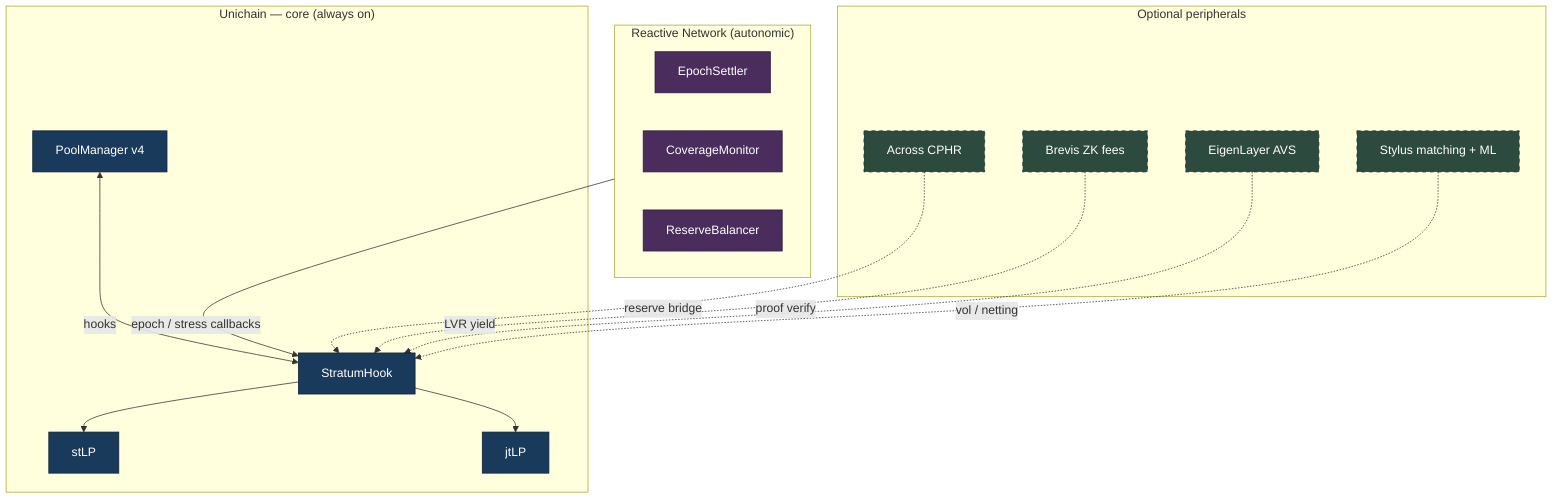
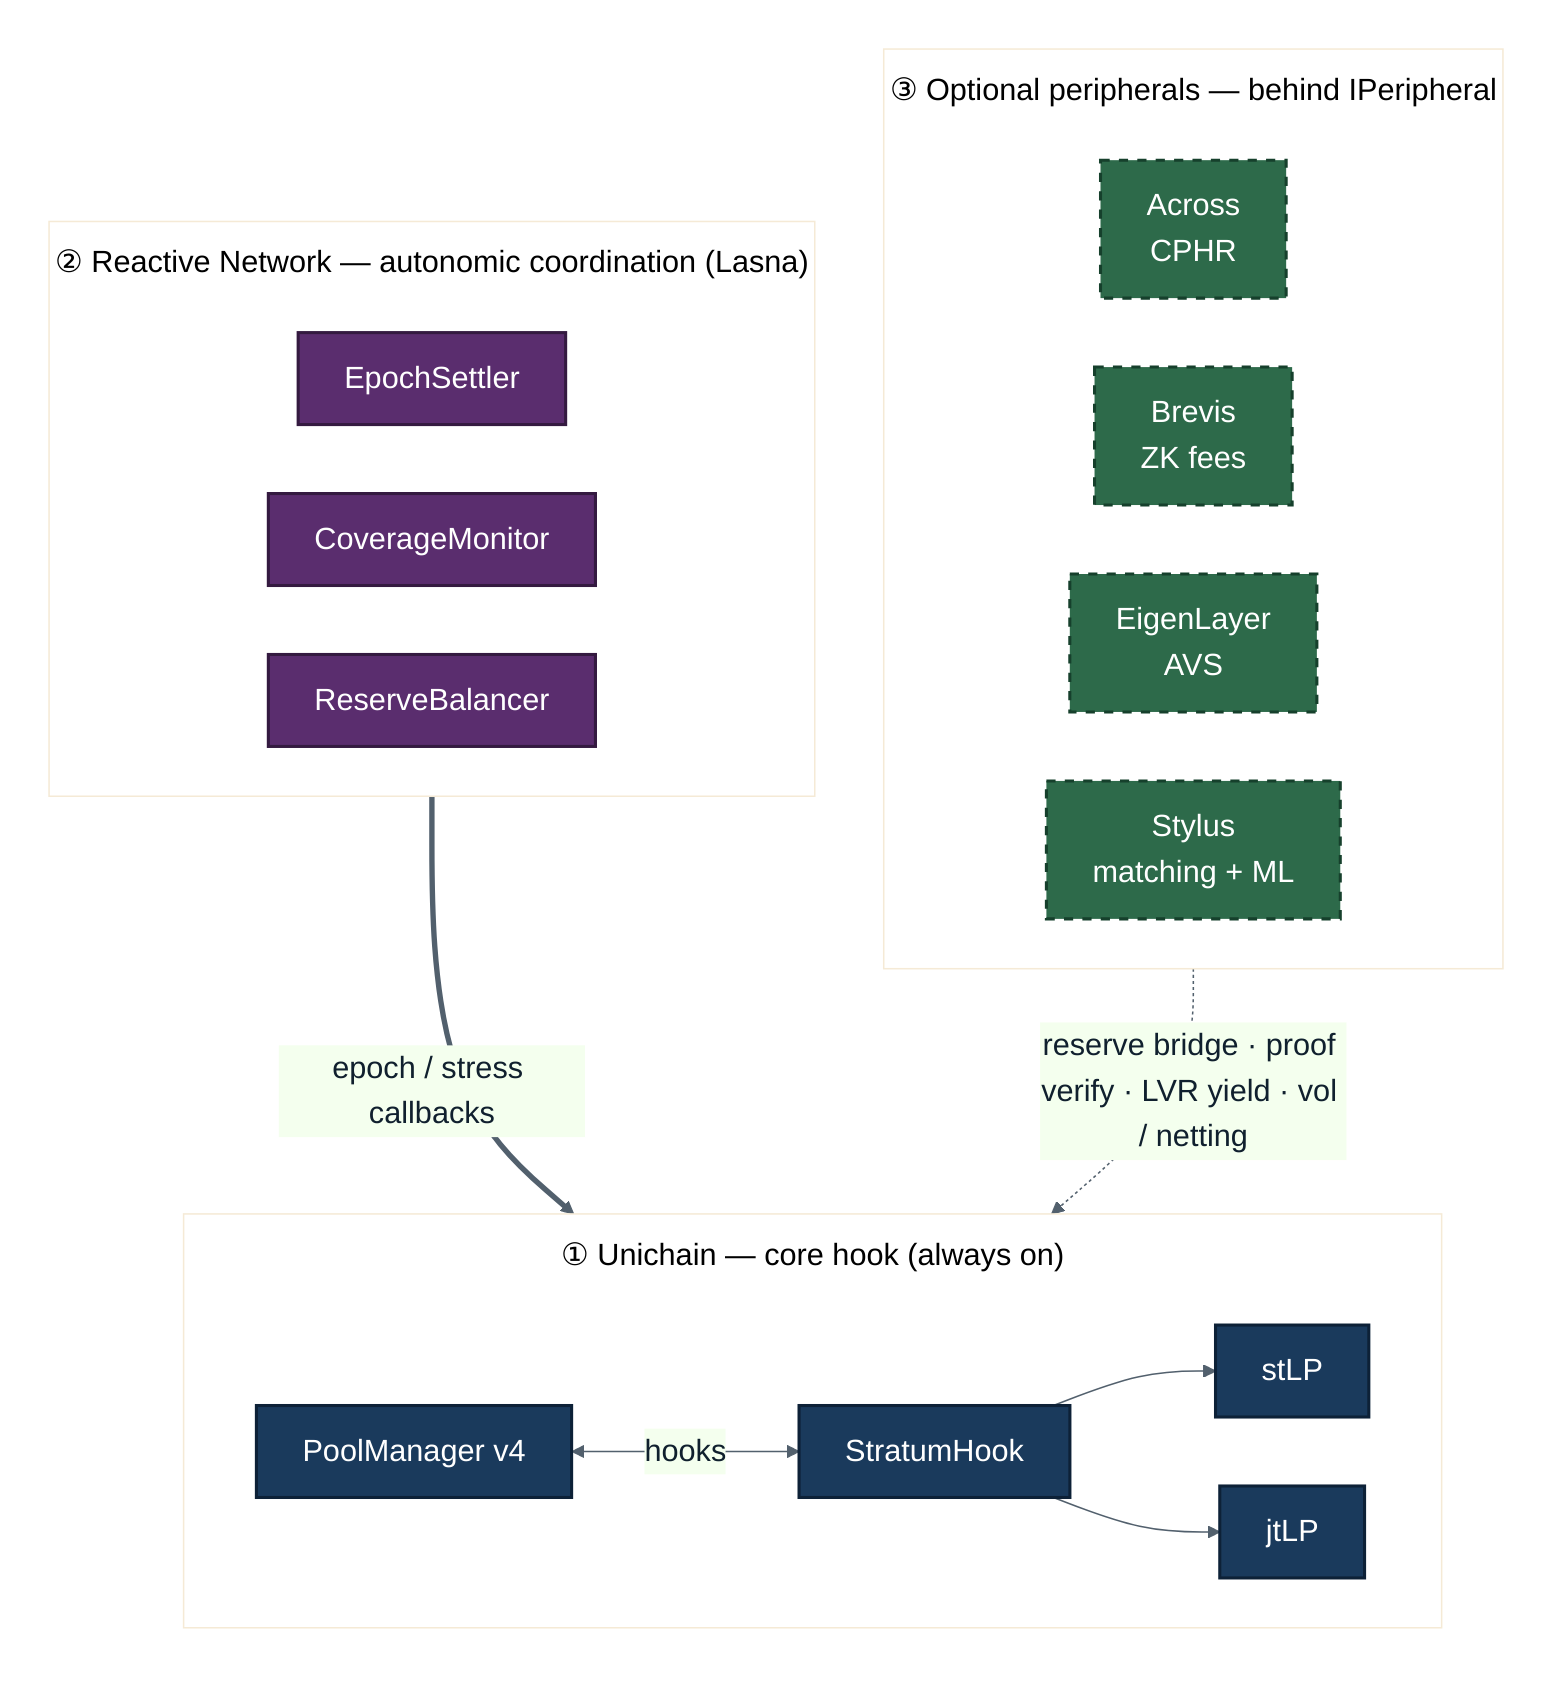
- %% STRATUM system layers — render: mmdc -i system-layers.mmd -o ../svg/system-layers.svg
+ %% STRATUM system layers — render: mmdc -i system-layers.mmd -o ../svg/system-layers.svg -b transparent --scale 2
+ %%{init: {'theme':'base','themeVariables':{'fontSize':'20px','fontFamily':'Helvetica','primaryColor':'#eef4ff','primaryBorderColor':'#1a3a5c','primaryTextColor':'#10202e','lineColor':'#52606d'},'flowchart':{'diagramPadding':32,'nodeSpacing':45,'rankSpacing':70,'subGraphTitleMargin':{'top':12,'bottom':28},'useMaxWidth':true,'htmlLabels':true}}}%%
flowchart TB
-     subgraph reactive["Reactive Network (autonomic)"]
-         ES[EpochSettler]
-         CM[CoverageMonitor]
-         RB[ReserveBalancer]
+     subgraph core["① Unichain — core hook (always on)"]
+         direction LR
+         PM["PoolManager v4"] <-->|"hooks"| HK["StratumHook"]
+         HK --> STLP["stLP"]
+         HK --> JTLP["jtLP"]
    end

-     subgraph peripherals["Optional peripherals"]
-         AC[Across CPHR]
-         BR[Brevis ZK fees]
-         EL[EigenLayer AVS]
-         ST[Stylus matching + ML]
+     subgraph reactive["② Reactive Network — autonomic coordination (Lasna)"]
+         direction LR
+         ES["EpochSettler"]
+         CM["CoverageMonitor"]
+         RB["ReserveBalancer"]
    end

-     subgraph core["Unichain — core (always on)"]
-         HK[StratumHook]
-         PM[PoolManager v4]
-         STLP[stLP]
-         JTLP[jtLP]
+     subgraph peripherals["③ Optional peripherals — behind IPeripheral"]
+         direction LR
+         AC["Across<br/>CPHR"]
+         BR["Brevis<br/>ZK fees"]
+         EL["EigenLayer<br/>AVS"]
+         ST["Stylus<br/>matching + ML"]
    end

-     PM <-->|hooks| HK
-     HK --> STLP
-     HK --> JTLP
-     reactive -->|epoch / stress callbacks| HK
-     AC -.->|reserve bridge| HK
-     BR -.->|proof verify| HK
-     EL -.->|LVR yield| HK
-     ST -.->|vol / netting| HK
+     reactive ==>|"epoch / stress callbacks"| HK
+     peripherals -.->|"reserve bridge · proof verify · LVR yield · vol / netting"| HK

-     classDef core fill:#1a3a5c,color:#fff,stroke:#0d2137
-     classDef opt fill:#2d4a3e,color:#fff,stroke:#1a3028,stroke-dasharray:5
-     classDef coord fill:#4a2d5c,color:#fff,stroke:#2d1a3a
+     classDef core fill:#1a3a5c,color:#ffffff,stroke:#0d2137,stroke-width:2px
+     classDef opt fill:#2d6a4a,color:#ffffff,stroke:#16402c,stroke-width:2px,stroke-dasharray:6
+     classDef coord fill:#5a2d6e,color:#ffffff,stroke:#341a40,stroke-width:2px
    class HK,PM,STLP,JTLP core
    class AC,BR,EL,ST opt
    class ES,CM,RB coord
